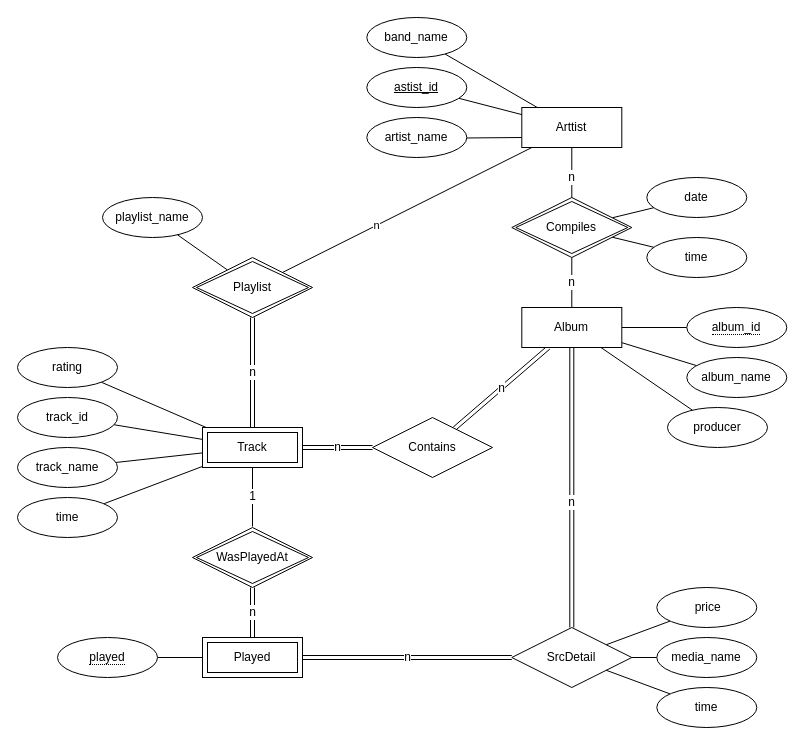
EdgarIgnite16/SGU-Course keeps this draw.io diagram as page "main" (1 of 5) of Nam3_HK1/CSDL_SQL_Plus/Tuan1/Bai1.drawio. Above is the earlier version. Source tidied: cells renumbered, new cells numbered last; positions are measured from the earlier drawing's top-left corner, leaving out a move shared by most shapes. Both pictures are drawn from the tidied source at 100%, with x=0, y=0 at pixel (17, 17).
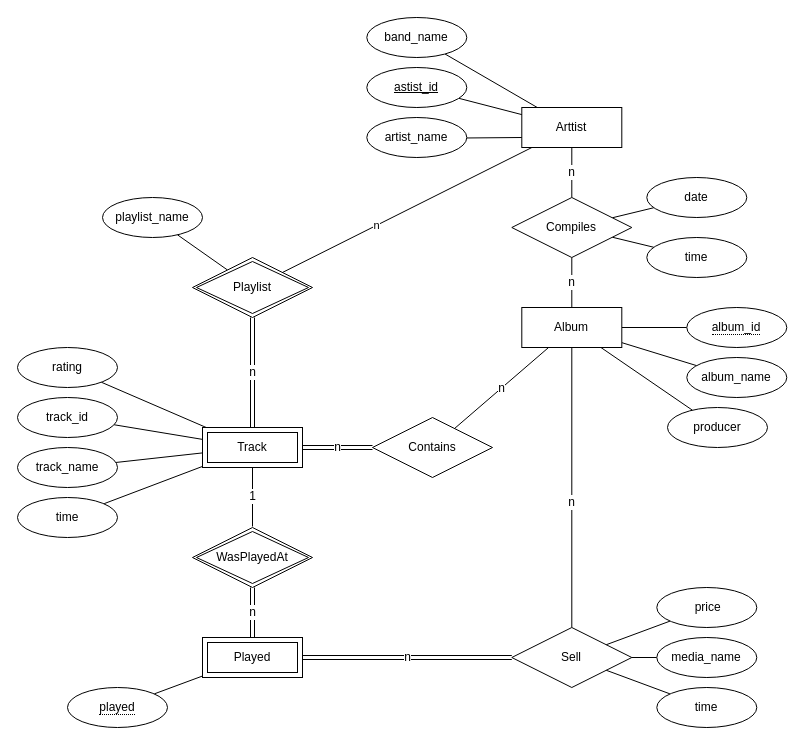
The same diagram, later.

The change refers to these unchanged cells:
```xml
<mxCell id="10" value="Arttist" style="whiteSpace=wrap;html=1;align=center;" parent="1" vertex="1">
  <mxGeometry x="504.3" y="90" width="100" height="40" as="geometry" />
</mxCell>
<mxCell id="13" value="Contains" style="shape=rhombus;perimeter=rhombusPerimeter;whiteSpace=wrap;html=1;align=center;" parent="1" vertex="1">
  <mxGeometry x="355" y="400" width="120" height="60" as="geometry" />
</mxCell>
```

Diff of the diagram source:
```diff
@@
-    <mxCell id="7" value="n" style="edgeStyle=none;rounded=0;jettySize=auto;html=1;endArrow=none;endFill=0;shape=link;fontSize=12;" parent="1" edge="1" source="57" target="32">
+    <mxCell id="7" value="n" style="edgeStyle=none;rounded=0;jettySize=auto;html=1;endArrow=none;endFill=0;fontSize=12;" parent="1" edge="1" source="57" target="32">
       <mxGeometry x="0.11" relative="1" as="geometry" />
     </mxCell>
-    <mxCell id="8" value="n" style="edgeStyle=none;rounded=0;jettySize=auto;html=1;endArrow=none;endFill=0;fontSize=12;" parent="1" edge="1" source="10">
-      <mxGeometry relative="1" as="geometry">
-        <mxPoint x="554.3" y="190" as="targetPoint" />
-      </mxGeometry>
+    <mxCell id="8" value="n" style="edgeStyle=none;rounded=0;jettySize=auto;html=1;endArrow=none;endFill=0;fontSize=12;" parent="1" edge="1" source="10" target="56">
+      <mxGeometry relative="1" as="geometry" />
     </mxCell>
@@
-    <mxCell id="12" value="n" style="edgeStyle=none;rounded=0;jettySize=auto;html=1;endArrow=none;endFill=0;shape=link;fontSize=12;" parent="1" edge="1" source="13" target="57">
+    <mxCell id="12" value="n" style="edgeStyle=none;rounded=0;jettySize=auto;html=1;endArrow=none;endFill=0;fontSize=12;" parent="1" edge="1" source="13" target="57">
       <mxGeometry relative="1" as="geometry" />
     </mxCell>
@@
-    <mxCell id="32" value="SrcDetail" style="shape=rhombus;perimeter=rhombusPerimeter;whiteSpace=wrap;html=1;align=center;" parent="1" vertex="1">
+    <mxCell id="32" value="Sell" style="shape=rhombus;perimeter=rhombusPerimeter;whiteSpace=wrap;html=1;align=center;" parent="1" vertex="1">
       <mxGeometry x="494.3" y="610" width="120" height="60" as="geometry" />
     </mxCell>
@@
     <mxCell id="52" value="&lt;span style=&quot;border-bottom: 1px dotted&quot;&gt;played&lt;/span&gt;" style="ellipse;whiteSpace=wrap;html=1;align=center;" parent="1" vertex="1">
-      <mxGeometry x="40" y="620" width="100" height="40" as="geometry" />
+      <mxGeometry x="50" y="670" width="100" height="40" as="geometry" />
     </mxCell>
@@
+    <mxCell id="57" value="Album" style="whiteSpace=wrap;html=1;align=center;" parent="1" vertex="1">
+      <mxGeometry x="504.3" y="290" width="100" height="40" as="geometry" />
+    </mxCell>
-    <mxCell id="56" value="Compiles" style="shape=rhombus;double=1;perimeter=rhombusPerimeter;whiteSpace=wrap;html=1;align=center;" parent="1" vertex="1">
+    <mxCell id="56" value="Compiles" style="shape=rhombus;perimeter=rhombusPerimeter;whiteSpace=wrap;html=1;align=center;" parent="1" vertex="1">
       <mxGeometry x="494.3" y="180" width="120" height="60" as="geometry" />
     </mxCell>
-    <mxCell id="57" value="Album" style="whiteSpace=wrap;html=1;align=center;" parent="1" vertex="1">
-      <mxGeometry x="504.3" y="290" width="100" height="40" as="geometry" />
-    </mxCell>
```
